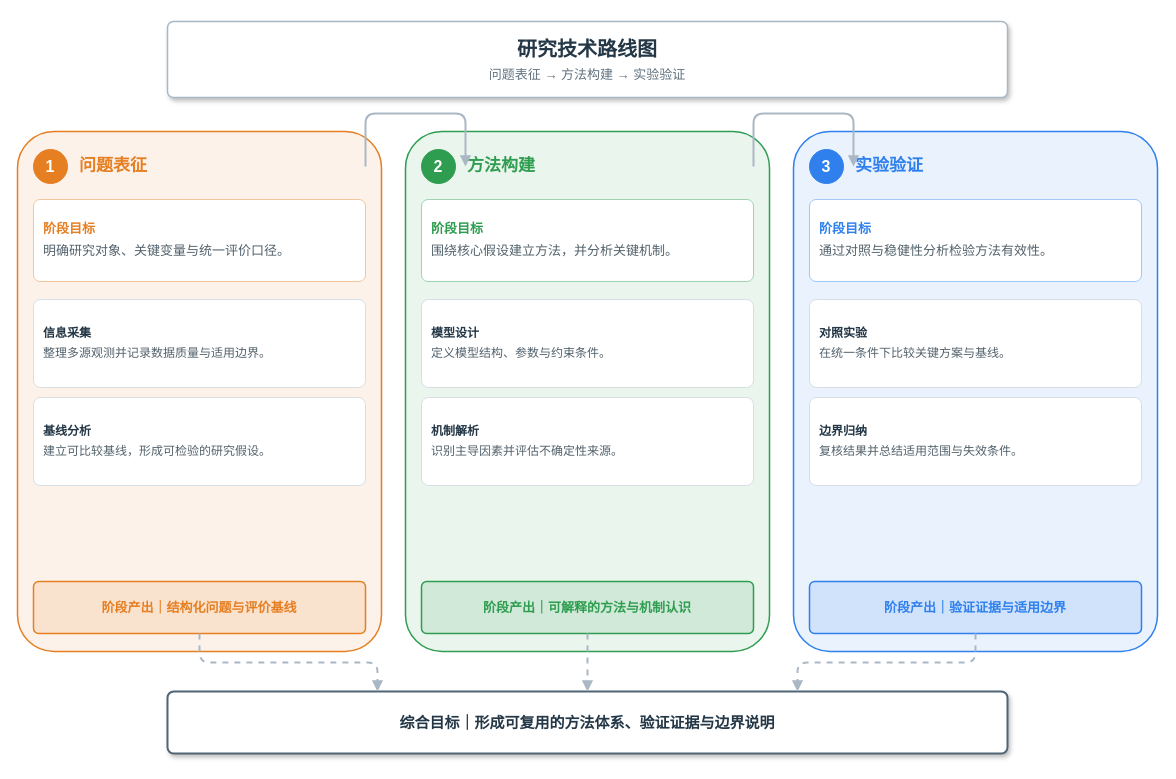
Before: nsfc-figure/assets/three-stage-roadmap.drawio in njzjz-bot/nsfc-agent-skills, a draw.io diagram. Source tidied: cells renumbered, new cells numbered last; positions are measured from the earlier drawing's top-left corner, leaving out a move shared by most shapes. Both pictures are drawn from the tidied source at 100%, with x=0, y=0 at pixel (17, 21).
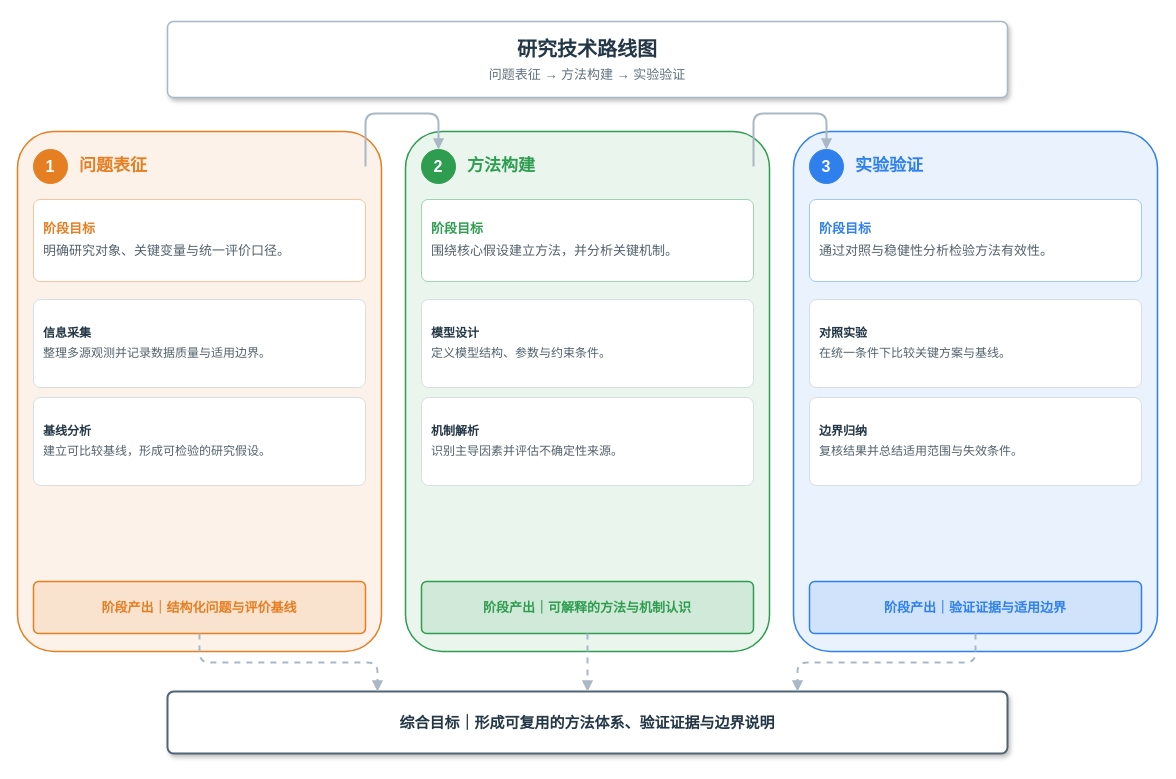
The same diagram, later.

Commit message (it also covers changes not shown here):
fix(nsfc-figure): verify official Draw.io rendering

Unchanged cells that the change refers to:
```xml
<mxCell id="5" value="问题表征" style="rounded=0;whiteSpace=wrap;html=1;fillColor=none;strokeColor=none;align=left;verticalAlign=middle;fontFamily=Microsoft YaHei;fontSize=17;fontStyle=1;fontColor=#E67E22;" parent="1" vertex="1">
  <mxGeometry x="60" y="125" width="288" height="40" as="geometry" />
</mxCell>
<mxCell id="11" value="2" style="ellipse;whiteSpace=wrap;html=1;fillColor=#2E9D50;strokeColor=#2E9D50;fontColor=#FFFFFF;fontFamily=Arial;fontSize=16;fontStyle=1;align=center;verticalAlign=middle;" parent="1" vertex="1">
  <mxGeometry x="404" y="128" width="34" height="34" as="geometry" />
</mxCell>
<mxCell id="12" value="方法构建" style="rounded=0;whiteSpace=wrap;html=1;fillColor=none;strokeColor=none;align=left;verticalAlign=middle;fontFamily=Microsoft YaHei;fontSize=17;fontStyle=1;fontColor=#2E9D50;" parent="1" vertex="1">
  <mxGeometry x="448" y="125" width="288" height="40" as="geometry" />
</mxCell>
<mxCell id="18" value="3" style="ellipse;whiteSpace=wrap;html=1;fillColor=#2F80ED;strokeColor=#2F80ED;fontColor=#FFFFFF;fontFamily=Arial;fontSize=16;fontStyle=1;align=center;verticalAlign=middle;" parent="1" vertex="1">
  <mxGeometry x="792" y="128" width="34" height="34" as="geometry" />
</mxCell>
<mxCell id="19" value="实验验证" style="rounded=0;whiteSpace=wrap;html=1;fillColor=none;strokeColor=none;align=left;verticalAlign=middle;fontFamily=Microsoft YaHei;fontSize=17;fontStyle=1;fontColor=#2F80ED;" parent="1" vertex="1">
  <mxGeometry x="836" y="125" width="288" height="40" as="geometry" />
</mxCell>
```

Diff of the diagram source:
```diff
@@
-    <mxCell id="24" style="edgeStyle=orthogonalEdgeStyle;rounded=1;jettySize=auto;html=1;endArrow=block;endFill=1;strokeWidth=2;strokeColor=#AAB7C4;dashed=0;exitX=1.000;exitY=0.500;exitDx=0;exitDy=0;entryX=0.000;entryY=0.500;entryDx=0;entryDy=0;" parent="1" edge="1" source="5" target="12">
+    <mxCell id="24" style="edgeStyle=orthogonalEdgeStyle;rounded=1;jettySize=auto;html=1;endArrow=block;endFill=1;strokeWidth=2;strokeColor=#AAB7C4;dashed=0;exitX=1.000;exitY=0.500;exitDx=0;exitDy=0;entryX=0.500;entryY=0.000;entryDx=0;entryDy=0;" parent="1" edge="1" source="5" target="11">
       <mxGeometry relative="1" as="geometry">
         <Array as="points">
           <mxPoint x="348" y="92" />
-          <mxPoint x="448" y="92" />
+          <mxPoint x="421" y="92" />
         </Array>
       </mxGeometry>
     </mxCell>
-    <mxCell id="25" style="edgeStyle=orthogonalEdgeStyle;rounded=1;jettySize=auto;html=1;endArrow=block;endFill=1;strokeWidth=2;strokeColor=#AAB7C4;dashed=0;exitX=1.000;exitY=0.500;exitDx=0;exitDy=0;entryX=0.000;entryY=0.500;entryDx=0;entryDy=0;" parent="1" edge="1" source="12" target="19">
+    <mxCell id="25" style="edgeStyle=orthogonalEdgeStyle;rounded=1;jettySize=auto;html=1;endArrow=block;endFill=1;strokeWidth=2;strokeColor=#AAB7C4;dashed=0;exitX=1.000;exitY=0.500;exitDx=0;exitDy=0;entryX=0.500;entryY=0.000;entryDx=0;entryDy=0;" parent="1" edge="1" source="12" target="18">
       <mxGeometry relative="1" as="geometry">
         <Array as="points">
           <mxPoint x="736" y="92" />
-          <mxPoint x="836" y="92" />
+          <mxPoint x="809" y="92" />
         </Array>
       </mxGeometry>
     </mxCell>
```
